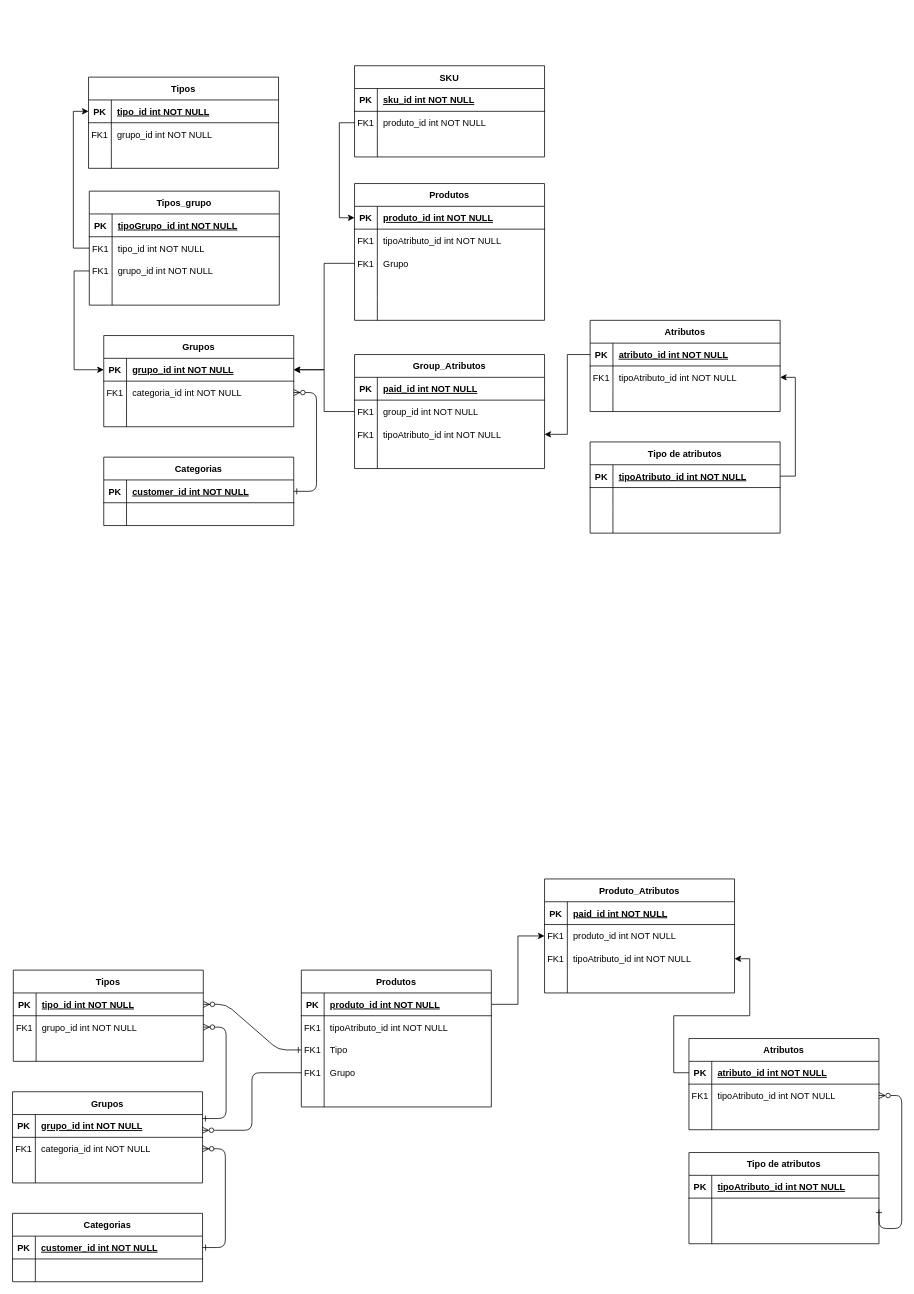
This is Supply.drawio from Nova-Corrente/DiagrmasSupply, a draw.io file, before an edit. Source tidied: cells renumbered, new cells numbered last; positions are measured from the earlier drawing's top-left corner, leaving out a move shared by most shapes. Both pictures are drawn from the tidied source at 76%, with x=0, y=0 at pixel (12, 65).
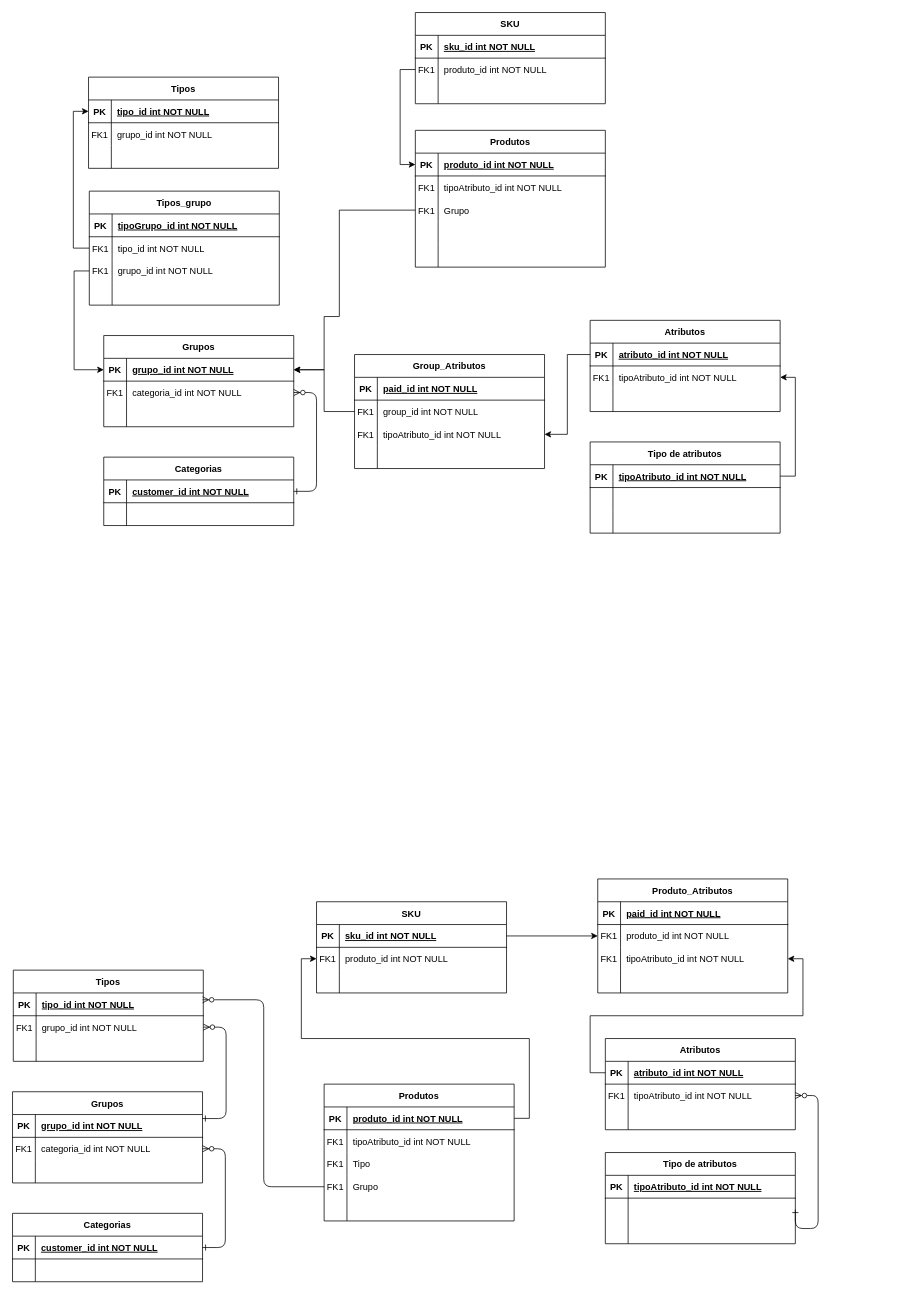
Above is the later version.

Unchanged cells that the change refers to:
```xml
<mxCell id="5" style="shape=partialRectangle;fillColor=none;points=[[0,0.5],[1,0.5]];portConstraint=eastwest;top=0;left=0;right=0;bottom=1;" parent="4" vertex="1">
  <mxGeometry y="30" width="250" height="30" as="geometry" />
</mxCell>
<mxCell id="15" style="shape=partialRectangle;fillColor=none;points=[[0,0.5],[1,0.5]];portConstraint=eastwest;top=0;left=0;right=0;bottom=1;" parent="14" vertex="1">
  <mxGeometry y="30" width="250" height="30" as="geometry" />
</mxCell>
<mxCell id="35" style="shape=partialRectangle;fillColor=none;points=[[0,0.5],[1,0.5]];portConstraint=eastwest;top=0;left=0;right=0;bottom=0;" parent="31" vertex="1">
  <mxGeometry y="60" width="250" height="30" as="geometry" />
</mxCell>
<mxCell id="45" style="shape=partialRectangle;fillColor=none;points=[[0,0.5],[1,0.5]];portConstraint=eastwest;top=0;left=0;right=0;bottom=0;" parent="41" vertex="1">
  <mxGeometry y="60" width="250" height="30" as="geometry" />
</mxCell>
<mxCell id="57" style="shape=partialRectangle;fillColor=none;points=[[0,0.5],[1,0.5]];portConstraint=eastwest;top=0;left=0;right=0;bottom=0;" parent="53" vertex="1">
  <mxGeometry y="60" width="250" height="30" as="geometry" />
</mxCell>
<mxCell id="69" style="shape=partialRectangle;fillColor=none;points=[[0,0.5],[1,0.5]];portConstraint=eastwest;top=0;left=0;right=0;bottom=1;" parent="68" vertex="1">
  <mxGeometry y="30" width="250" height="30" as="geometry" />
</mxCell>
<mxCell id="75" style="shape=partialRectangle;fillColor=none;points=[[0,0.5],[1,0.5]];portConstraint=eastwest;top=0;left=0;right=0;bottom=0;" parent="68" vertex="1">
  <mxGeometry y="90" width="250" height="30" as="geometry" />
</mxCell>
<mxCell id="78" style="shape=partialRectangle;fillColor=none;points=[[0,0.5],[1,0.5]];portConstraint=eastwest;top=0;left=0;right=0;bottom=0;" parent="68" vertex="1">
  <mxGeometry y="120" width="250" height="30" as="geometry" />
</mxCell>
<mxCell id="88" style="shape=partialRectangle;fillColor=none;points=[[0,0.5],[1,0.5]];portConstraint=eastwest;top=0;left=0;right=0;bottom=1;" parent="87" vertex="1">
  <mxGeometry y="30" width="250" height="30" as="geometry" />
</mxCell>
<mxCell id="155" style="shape=partialRectangle;fillColor=none;points=[[0,0.5],[1,0.5]];portConstraint=eastwest;top=0;left=0;right=0;bottom=0;" parent="148" vertex="1">
  <mxGeometry y="90" width="250" height="30" as="geometry" />
</mxCell>
```

Diff of the diagram source:
```diff
@@
-    <mxCell id="3" style="edgeStyle=entityRelationEdgeStyle;endArrow=ERzeroToMany;startArrow=ERone;endFill=1;startFill=0;entryX=1;entryY=0.5;entryDx=0;entryDy=0;exitX=0;exitY=0.5;exitDx=0;exitDy=0;" parent="1" edge="1" source="75" target="15">
-      <mxGeometry relative="1" as="geometry" />
-    </mxCell>
@@
     <mxCell id="31" value="Tipo de atributos" style="shape=table;startSize=30;childLayout=tableLayout;rowLines=0;fontStyle=1;align=center;" parent="1" vertex="1">
-      <mxGeometry x="890" y="1430" width="250" height="120" as="geometry" />
+      <mxGeometry x="780" y="1430" width="250" height="120" as="geometry" />
     </mxCell>
@@
     <mxCell id="41" value="Atributos" style="shape=table;startSize=30;childLayout=tableLayout;rowLines=0;fontStyle=1;align=center;" parent="1" vertex="1">
-      <mxGeometry x="890" y="1280" width="250" height="120" as="geometry" />
+      <mxGeometry x="780" y="1280" width="250" height="120" as="geometry" />
     </mxCell>
@@
     <mxCell id="51" style="edgeStyle=orthogonalEdgeStyle;rounded=1;jettySize=auto;html=1;exitX=1;exitY=0.5;exitDx=0;exitDy=0;entryX=1;entryY=0.5;entryDx=0;entryDy=0;curved=0;endArrow=ERzeroToMany;endFill=0;startArrow=ERone;startFill=0;" parent="1" edge="1" source="35" target="45">
       <mxGeometry relative="1" as="geometry">
         <Array as="points">
-          <mxPoint x="1170" y="1530" />
-          <mxPoint x="1170" y="1355" />
+          <mxPoint x="1060" y="1530" />
+          <mxPoint x="1060" y="1355" />
         </Array>
       </mxGeometry>
     </mxCell>
-    <mxCell id="52" style="edgeStyle=orthogonalEdgeStyle;rounded=1;jettySize=auto;html=1;exitX=0;exitY=0.5;exitDx=0;exitDy=0;curved=0;endArrow=ERzeroToMany;endFill=0;entryX=0.999;entryY=0.69;entryDx=0;entryDy=0;entryPerimeter=0;" parent="1" edge="1" source="78" target="5">
+    <mxCell id="52" style="edgeStyle=orthogonalEdgeStyle;rounded=1;jettySize=auto;html=1;exitX=0;exitY=0.5;exitDx=0;exitDy=0;curved=0;endArrow=ERzeroToMany;endFill=0;entryX=0.996;entryY=0.3;entryDx=0;entryDy=0;entryPerimeter=0;" parent="1" edge="1" source="78" target="15">
       <mxGeometry relative="1" as="geometry" />
     </mxCell>
     <mxCell id="53" value="Produto_Atributos" style="shape=table;startSize=30;childLayout=tableLayout;rowLines=0;fontStyle=1;align=center;" parent="1" vertex="1">
-      <mxGeometry x="700" y="1070" width="250" height="150" as="geometry" />
+      <mxGeometry x="770" y="1070" width="250" height="150" as="geometry" />
     </mxCell>
@@
     <mxCell id="67" style="group;" parent="1" vertex="1">
-      <mxGeometry x="380" y="1190" width="250" height="180" as="geometry" />
+      <mxGeometry x="410" y="1340" width="250" height="180" as="geometry" />
     </mxCell>
@@
-    <mxCell id="85" style="edgeStyle=orthogonalEdgeStyle;rounded=0;jettySize=auto;html=1;exitX=1;exitY=0.5;exitDx=0;exitDy=0;entryX=0;entryY=0.5;entryDx=0;entryDy=0;" parent="1" edge="1" source="69" target="57">
+    <mxCell id="85" style="edgeStyle=orthogonalEdgeStyle;rounded=0;jettySize=auto;html=1;exitX=1;exitY=0.5;exitDx=0;exitDy=0;entryX=0;entryY=0.5;entryDx=0;entryDy=0;" parent="1" edge="1" source="69" target="198">
       <mxGeometry relative="1" as="geometry" />
     </mxCell>
@@
     <mxCell id="147" style="group;" parent="1" vertex="1">
-      <mxGeometry x="450" y="155" width="250" height="180" as="geometry" />
+      <mxGeometry x="530" y="85" width="250" height="180" as="geometry" />
     </mxCell>
@@
     <mxCell id="179" value="SKU" style="shape=table;startSize=30;childLayout=tableLayout;rowLines=0;fontStyle=1;align=center;" parent="1" vertex="1">
-      <mxGeometry x="450" width="250" height="120" as="geometry" />
+      <mxGeometry x="530" y="-70" width="250" height="120" as="geometry" />
     </mxCell>
@@
     <mxCell id="193" style="edgeStyle=orthogonalEdgeStyle;rounded=0;jettySize=auto;html=1;exitX=0;exitY=0.5;exitDx=0;exitDy=0;entryX=1;entryY=0.5;entryDx=0;entryDy=0;" parent="1" edge="1" source="155" target="88">
-      <mxGeometry relative="1" as="geometry" />
+      <mxGeometry relative="1" as="geometry">
+        <Array as="points">
+          <mxPoint x="430" y="190" />
+          <mxPoint x="430" y="330" />
+          <mxPoint x="410" y="330" />
+          <mxPoint x="410" y="400" />
+        </Array>
+      </mxGeometry>
     </mxCell>
+    <mxCell id="194" value="SKU" style="shape=table;startSize=30;childLayout=tableLayout;rowLines=0;fontStyle=1;align=center;" parent="1" vertex="1">
+      <mxGeometry x="400" y="1100" width="250" height="120" as="geometry" />
+    </mxCell>
+    <mxCell id="195" style="shape=partialRectangle;fillColor=none;points=[[0,0.5],[1,0.5]];portConstraint=eastwest;top=0;left=0;right=0;bottom=1;" parent="194" vertex="1">
+      <mxGeometry y="30" width="250" height="30" as="geometry" />
+    </mxCell>
+    <mxCell id="196" value="PK" style="shape=partialRectangle;overflow=hidden;fillColor=none;top=0;left=0;bottom=0;right=0;fontStyle=1;" parent="195" vertex="1">
+      <mxGeometry width="30" height="30" as="geometry" />
+    </mxCell>
+    <mxCell id="197" value="sku_id int NOT NULL" style="shape=partialRectangle;overflow=hidden;fillColor=none;top=0;left=0;bottom=0;right=0;align=left;spacingLeft=6;fontStyle=5;" parent="195" vertex="1">
+      <mxGeometry x="30" width="220" height="30" as="geometry" />
+    </mxCell>
+    <mxCell id="198" style="shape=partialRectangle;fillColor=none;points=[[0,0.5],[1,0.5]];portConstraint=eastwest;top=0;left=0;right=0;bottom=0;" parent="194" vertex="1">
+      <mxGeometry y="60" width="250" height="30" as="geometry" />
+    </mxCell>
+    <mxCell id="199" value="FK1" style="shape=partialRectangle;overflow=hidden;fillColor=none;top=0;left=0;bottom=0;right=0;" parent="198" vertex="1">
+      <mxGeometry width="30" height="30" as="geometry" />
+    </mxCell>
+    <mxCell id="200" value="produto_id int NOT NULL" style="shape=partialRectangle;overflow=hidden;fillColor=none;top=0;left=0;bottom=0;right=0;align=left;spacingLeft=6;" parent="198" vertex="1">
+      <mxGeometry x="30" width="220" height="30" as="geometry" />
+    </mxCell>
+    <mxCell id="201" style="shape=partialRectangle;fillColor=none;top=0;left=0;right=0;bottom=0;" parent="194" vertex="1">
+      <mxGeometry y="90" width="250" height="30" as="geometry" />
+    </mxCell>
+    <mxCell id="202" style="shape=partialRectangle;overflow=hidden;fillColor=none;top=0;left=0;bottom=0;right=0;" parent="201" vertex="1">
+      <mxGeometry width="30" height="30" as="geometry" />
+    </mxCell>
+    <mxCell id="203" style="shape=partialRectangle;overflow=hidden;fillColor=none;top=0;left=0;bottom=0;right=0;align=left;spacingLeft=6;" parent="201" vertex="1">
+      <mxGeometry x="30" width="220" height="30" as="geometry" />
+    </mxCell>
+    <mxCell id="204" style="edgeStyle=orthogonalEdgeStyle;rounded=0;jettySize=auto;html=1;exitX=1;exitY=0.5;exitDx=0;exitDy=0;entryX=0;entryY=0.5;entryDx=0;entryDy=0;" parent="1" edge="1" source="195" target="57">
+      <mxGeometry relative="1" as="geometry" />
+    </mxCell>
```
